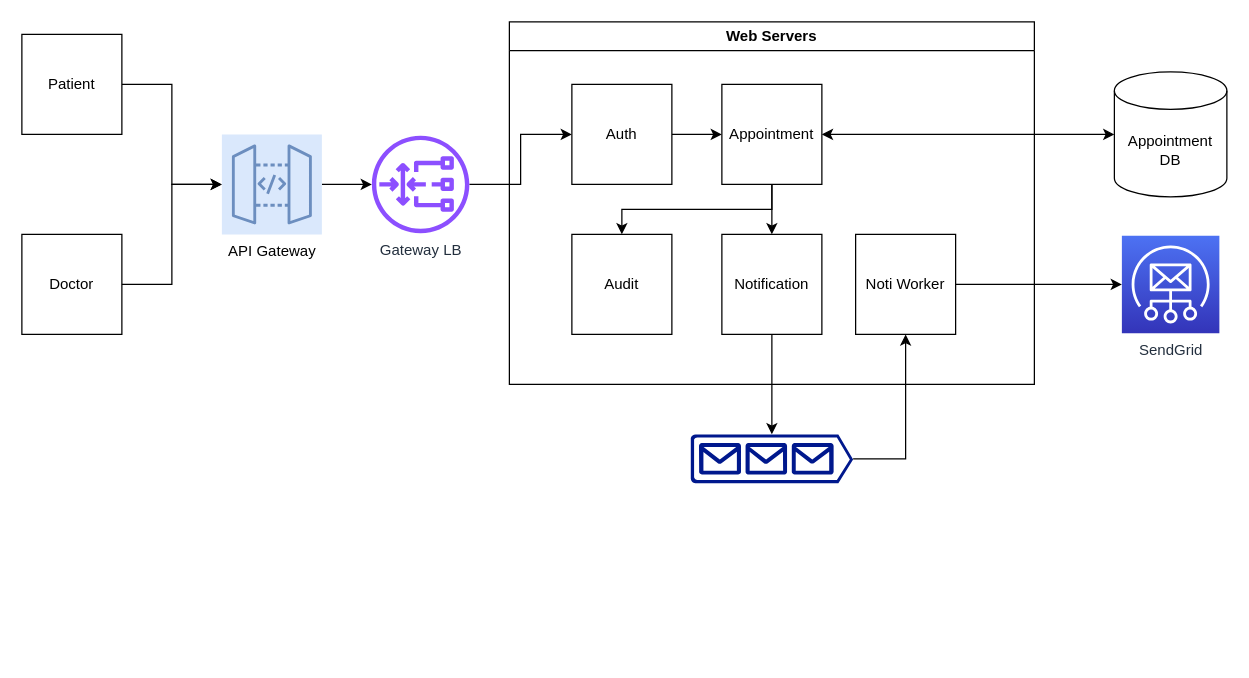
Earlier version of the draw.io diagram projects/clinic_appointment_system/Untitled Diagram.drawio (Nhinlee/system-design-practice). Source tidied: cells renumbered, new cells numbered last; positions are measured from the earlier drawing's top-left corner, leaving out a move shared by most shapes. Both pictures are drawn from the tidied source at 125%, with x=0, y=0 at pixel (21, 21).
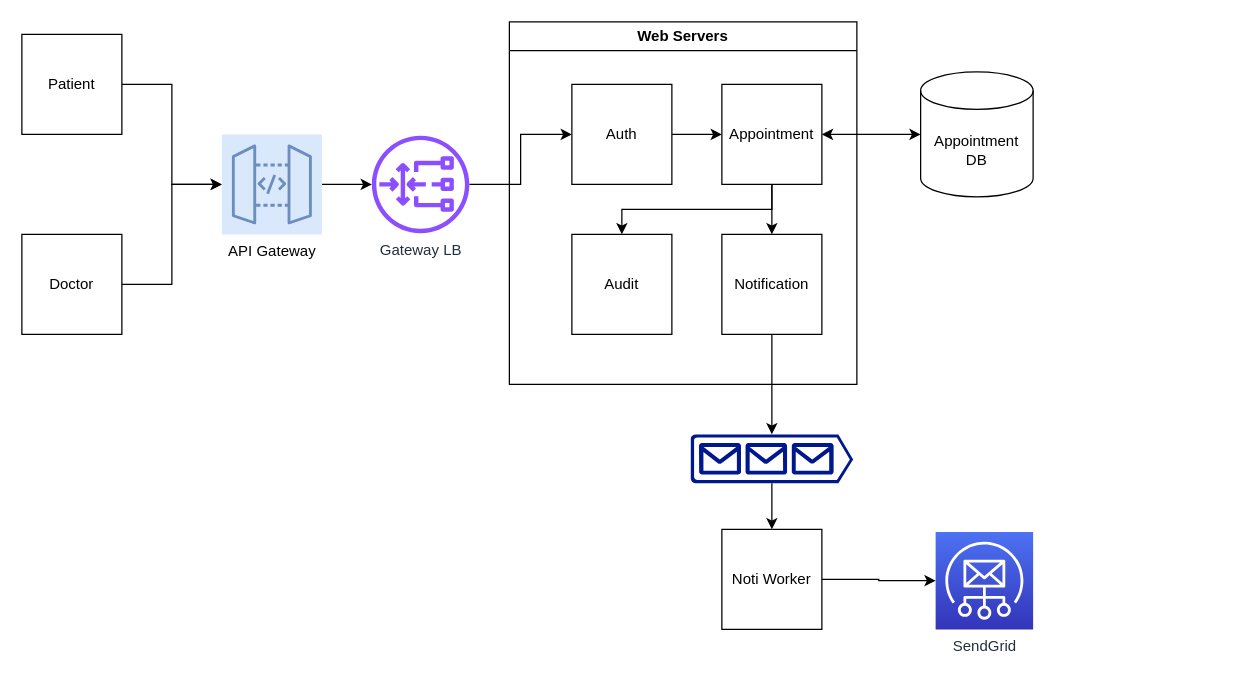
After the change.

Unchanged cells that the change refers to:
```xml
<mxCell id="20" style="sketch=0;shadow=0;dashed=0;html=1;strokeColor=none;labelPosition=center;verticalLabelPosition=bottom;verticalAlign=top;align=center;fillColor=#00188D;shape=mxgraph.azure.queue_generic;" parent="1" vertex="1">
  <mxGeometry x="535" y="330" width="130" height="39" as="geometry" />
</mxCell>
```

Change to the diagram source:
```diff
@@
     <mxCell id="10" value="Web Servers" style="swimlane;whiteSpace=wrap;html=1;" parent="1" vertex="1">
-      <mxGeometry x="390" width="420" height="290" as="geometry" />
+      <mxGeometry x="390" width="278" height="290" as="geometry" />
     </mxCell>
@@
-    <mxCell id="18" value="Noti Worker" style="whiteSpace=wrap;html=1;" parent="10" vertex="1">
-      <mxGeometry x="277" y="170" width="80" height="80" as="geometry" />
-    </mxCell>
-    <mxCell id="19" style="edgeStyle=orthogonalEdgeStyle;rounded=0;jettySize=auto;html=1;entryX=0.5;entryY=1;entryDx=0;entryDy=0;" parent="1" edge="1" source="20" target="18">
+    <mxCell id="19" style="edgeStyle=orthogonalEdgeStyle;rounded=0;jettySize=auto;html=1;entryX=0.5;entryY=0;entryDx=0;entryDy=0;" parent="1" edge="1" source="20" target="18">
       <mxGeometry relative="1" as="geometry" />
     </mxCell>
@@
     <mxCell id="22" value="SendGrid" style="sketch=0;points=[[0,0,0],[0.25,0,0],[0.5,0,0],[0.75,0,0],[1,0,0],[0,1,0],[0.25,1,0],[0.5,1,0],[0.75,1,0],[1,1,0],[0,0.25,0],[0,0.5,0],[0,0.75,0],[1,0.25,0],[1,0.5,0],[1,0.75,0]];outlineConnect=0;fontColor=#232F3E;gradientColor=#4D72F3;gradientDirection=north;fillColor=#3334B9;strokeColor=#ffffff;dashed=0;verticalLabelPosition=bottom;verticalAlign=top;align=center;html=1;fontSize=12;fontStyle=0;shape=mxgraph.aws4.resourceIcon;resIcon=mxgraph.aws4.simple_email_service;" parent="1" vertex="1">
-      <mxGeometry x="880" y="171" width="78" height="78" as="geometry" />
+      <mxGeometry x="731" y="408" width="78" height="78" as="geometry" />
     </mxCell>
@@
     <mxCell id="24" value="Appointment&lt;div&gt;DB&lt;/div&gt;" style="shape=cylinder3;whiteSpace=wrap;html=1;boundedLbl=1;backgroundOutline=1;size=15;" parent="1" vertex="1">
-      <mxGeometry x="874" y="40" width="90" height="100" as="geometry" />
+      <mxGeometry x="719" y="40" width="90" height="100" as="geometry" />
     </mxCell>
@@
+    <mxCell id="18" value="Noti Worker" style="whiteSpace=wrap;html=1;" parent="1" vertex="1">
+      <mxGeometry x="560" y="406" width="80" height="80" as="geometry" />
+    </mxCell>
```
